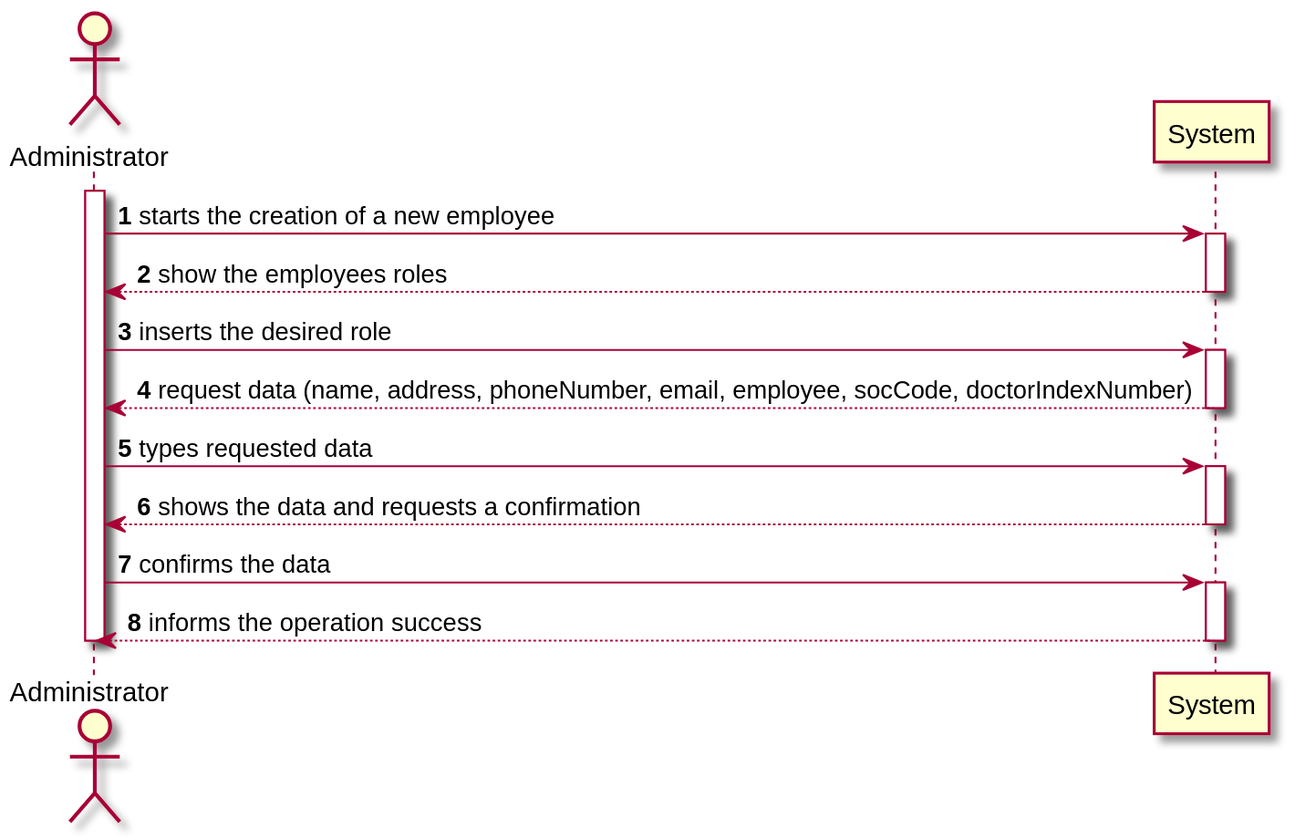
Earlier version of the PlantUML export docs/SprintB/US07/US07-SSD.svg (manu-07-ela/LAPR2_ISEP). The source it was exported from:
```plantuml
@startuml

autonumber
actor Administrator
activate Administrator
Administrator -> System: starts the creation of a new employee
activate System
System --> Administrator : show the employees roles
deactivate System
Administrator -> System : inserts the desired role
activate System
System --> Administrator : request data (name, address, phoneNumber, email, employee, socCode, doctorIndexNumber)
deactivate System
Administrator -> System: types requested data
activate System
System --> Administrator : shows the data and requests a confirmation
deactivate System
Administrator -> System: confirms the data
activate System
System --> Administrator : informs the operation success
deactivate System
deactivate Administrator


@enduml
```
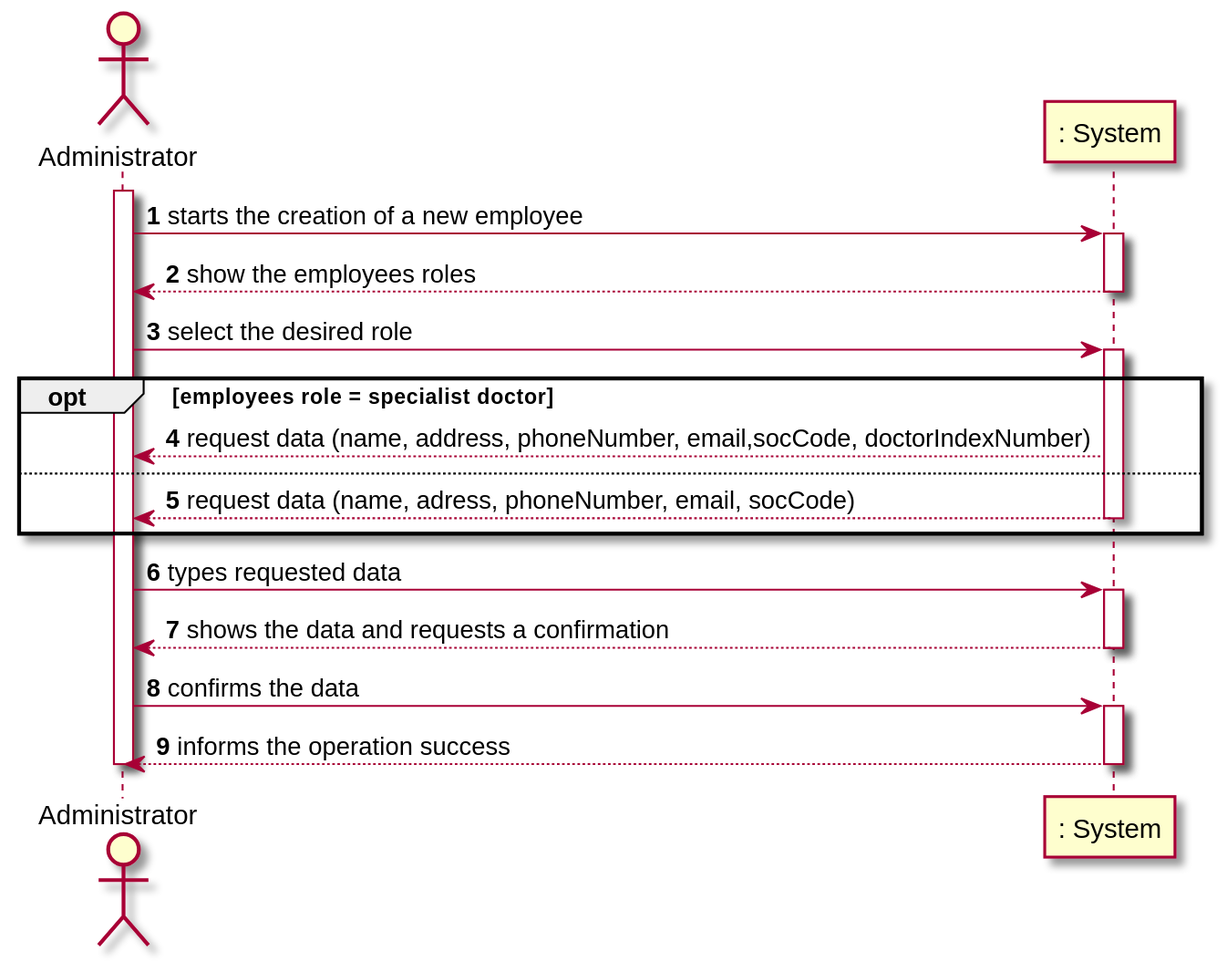
Above is the later version.

What changed in the source:
```diff
@@ -1,25 +1,31 @@
 @startuml
 
+actor Administrator as Adm
+participant ": System" as sy
+
 autonumber
-actor Administrator
-activate Administrator
-Administrator -> System: starts the creation of a new employee
-activate System
-System --> Administrator : show the employees roles
-deactivate System
-Administrator -> System : inserts the desired role
-activate System
-System --> Administrator : request data (name, address, phoneNumber, email, employee, socCode, doctorIndexNumber)
-deactivate System
-Administrator -> System: types requested data
-activate System
-System --> Administrator : shows the data and requests a confirmation
-deactivate System
-Administrator -> System: confirms the data
-activate System
-System --> Administrator : informs the operation success
-deactivate System
-deactivate Administrator
+activate Adm
+Adm -> sy: starts the creation of a new employee
+activate sy
+sy --> Adm : show the employees roles
+deactivate sy
+Adm -> sy : select the desired role
+activate sy
+opt employees role = specialist doctor
+sy --> Adm : request data (name, address, phoneNumber, email,socCode, doctorIndexNumber)
+else
+sy --> Adm : request data (name, adress, phoneNumber, email, socCode)
+deactivate sy
+end
+Adm -> sy: types requested data
+activate sy
+sy --> Adm : shows the data and requests a confirmation
+deactivate sy
+Adm -> sy: confirms the data
+activate sy
+sy --> Adm : informs the operation success
+deactivate sy
+deactivate Adm
 
 
 @enduml
```
